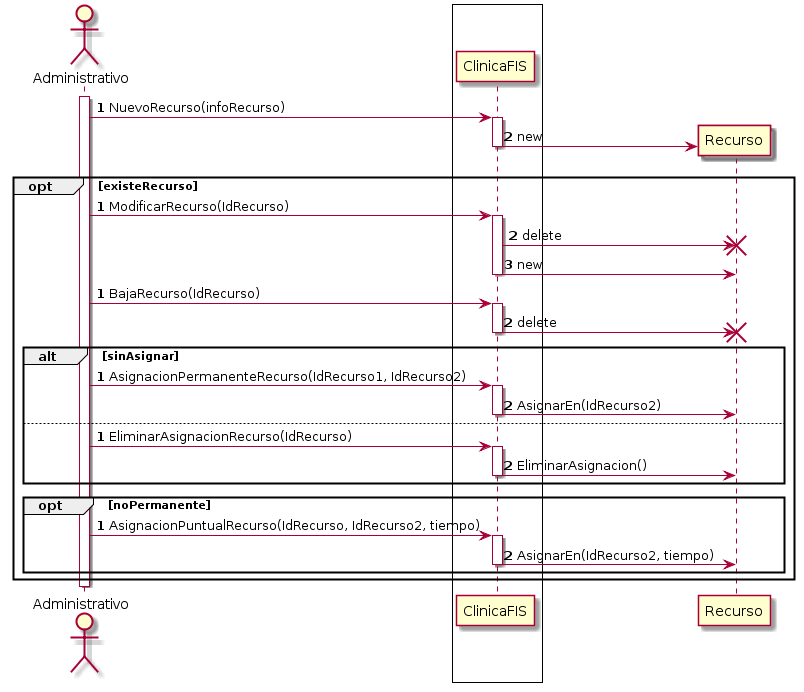
Before: p3/diagramas/diagramaRecursos.png, a diagram exported from PlantUML (jmml97/fis-practicas). The source it was exported from:
```plantuml
@startuml
skinparam SequenceBoxBackgroundColor white
skinparam SequenceBoxBorderColor black

actor Administrativo as A

box
 participant ClinicaFIS as C
end box

activate A

autonumber 1
A -> C : NuevoRecurso(infoRecurso)
activate C
create Recurso as R
C -> R: new
deactivate C

autonumber stop

opt #transparent existeRecurso
 autonumber 1
 A -> C : ModificarRecurso(IdRecurso)
 activate C
 C -> R : delete
 destroy R
 create Recurso as R
 C -> R : new
 deactivate C
 autonumber stop

 autonumber 1
 A -> C : BajaRecurso(IdRecurso)
 activate C
 C -> R : delete
 destroy R
 deactivate C
 autonumber stop

 alt #transparent sinAsignar
   autonumber 1
   A -> C : AsignacionPermanenteRecurso(IdRecurso1, IdRecurso2)
   activate C
   C -> R : AsignarEn(IdRecurso2)
   deactivate C
   autonumber stop
 else
   autonumber 1
   A -> C : EliminarAsignacionRecurso(IdRecurso)
   activate C
   C -> R : EliminarAsignacion()
   deactivate C
   autonumber stop
 end

 opt #transparent noPermanente
  autonumber 1
  A -> C : AsignacionPuntualRecurso(IdRecurso, IdRecurso2, tiempo)
  activate C
  C -> R: AsignarEn(IdRecurso2, tiempo)
  deactivate C
  autonumber stop
 end
end

deactivate A
@enduml
```
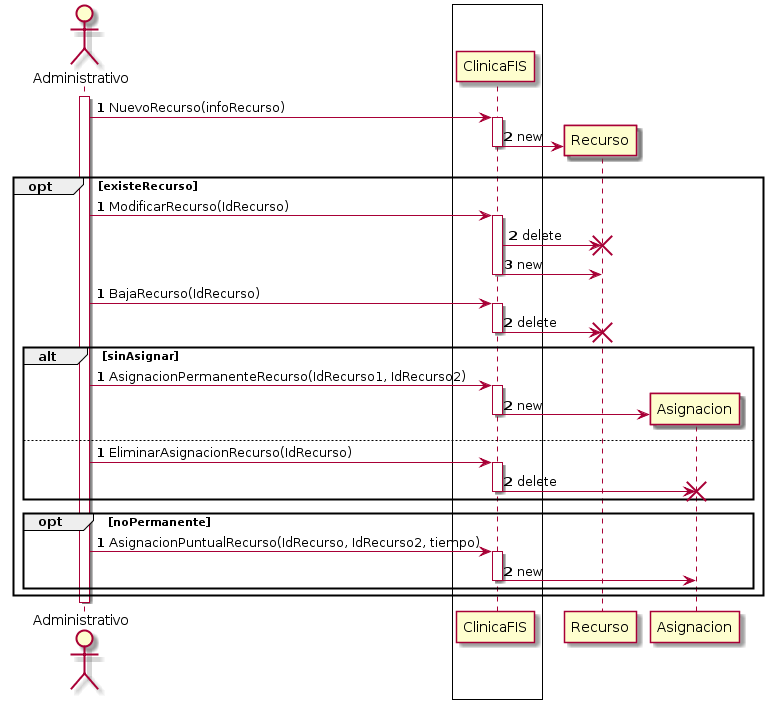
After the change.

Commit message:
Update: añadido Recursos (falta en la de Clases)

What changed in the source:
```diff
@@ -42,14 +42,16 @@
    autonumber 1
    A -> C : AsignacionPermanenteRecurso(IdRecurso1, IdRecurso2)
    activate C
-   C -> R : AsignarEn(IdRecurso2)
+   create Asignacion as As
+   C -> As : new
    deactivate C
    autonumber stop
  else
    autonumber 1
    A -> C : EliminarAsignacionRecurso(IdRecurso)
    activate C
-   C -> R : EliminarAsignacion()
+   C -> As : delete
+   destroy As
    deactivate C
    autonumber stop
  end
@@ -58,7 +60,8 @@
   autonumber 1
   A -> C : AsignacionPuntualRecurso(IdRecurso, IdRecurso2, tiempo)
   activate C
-  C -> R: AsignarEn(IdRecurso2, tiempo)
+  create Asignacion as As
+  C -> As: new
   deactivate C
   autonumber stop
  end
```
